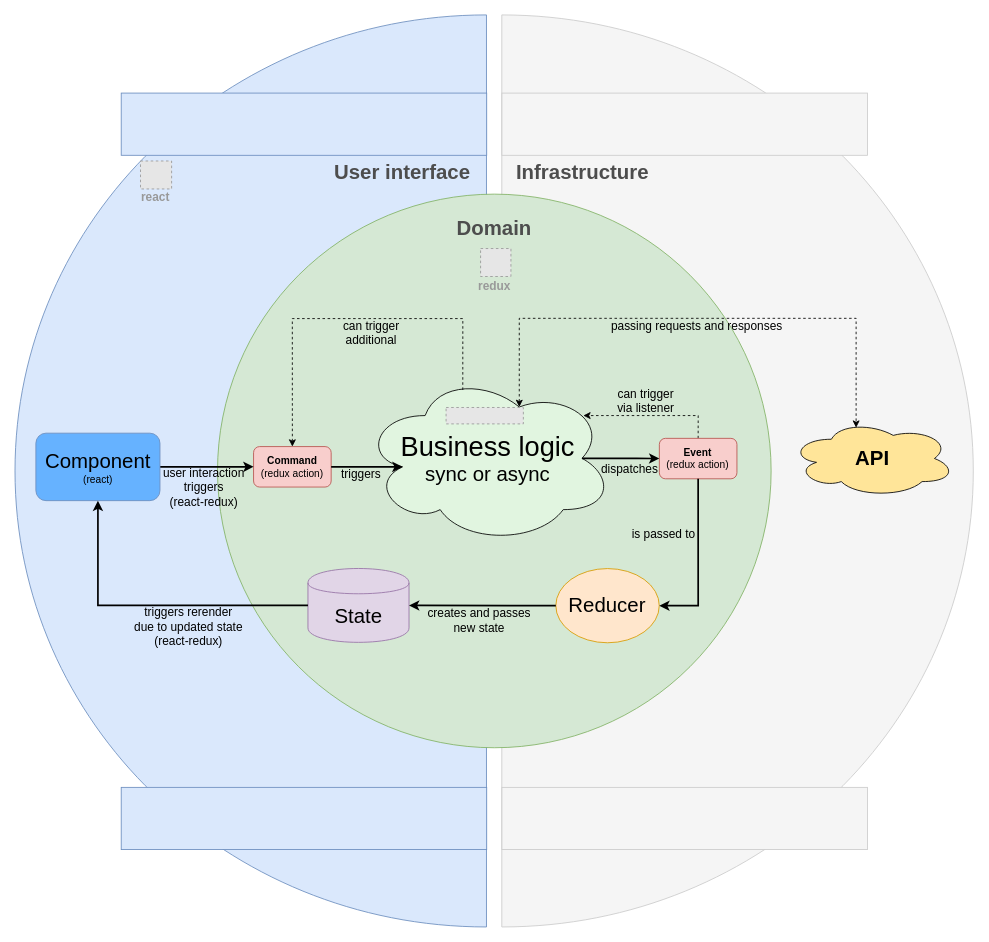
The draw.io diagram docs/readme/architecture.drawio in inkognitro/react-redux-saga-boilerplate, before the edit. Source tidied: cells renumbered, new cells numbered last; positions are measured from the earlier drawing's top-left corner, leaving out a move shared by most shapes. Both pictures are drawn from the tidied source at 85%, with x=0, y=0 at pixel (-206, 93). Pictures stored in the file or linked from it are replaced by grey dashed boxes.
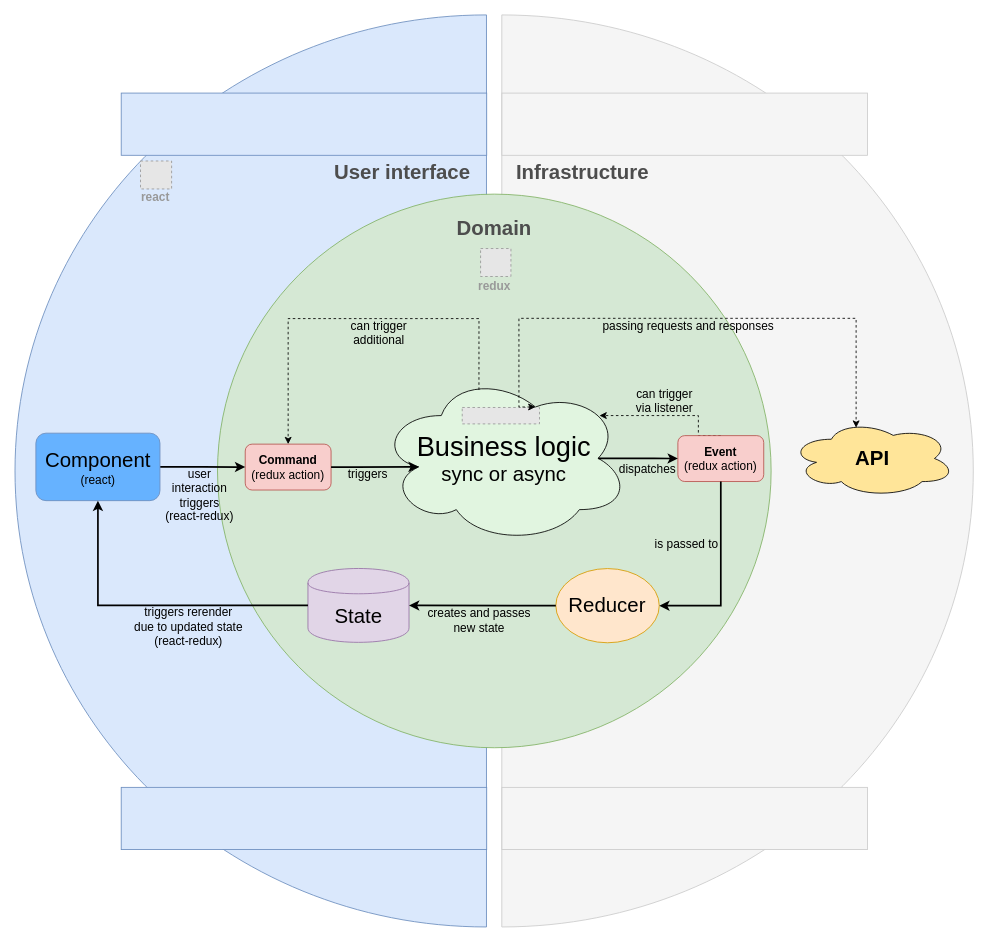
Above is the later version.

The change refers to these unchanged cells:
```xml
<mxCell id="19" style="edgeStyle=orthogonalEdgeStyle;rounded=0;jettySize=auto;html=1;exitX=1;exitY=0.5;exitDx=0;exitDy=0;strokeWidth=2;" parent="1" edge="1" source="21" target="5">
  <mxGeometry relative="1" as="geometry" />
</mxCell>
```

Diff of the diagram source:
```diff
@@
-    <mxCell id="5" value="&lt;b&gt;Command&lt;/b&gt;&lt;br&gt;(redux action)" style="rounded=1;whiteSpace=wrap;html=1;fillColor=#f8cecc;strokeColor=#b85450;" parent="1" vertex="1">
-      <mxGeometry x="539.8" y="415.9" width="91.3" height="47.6" as="geometry" />
+    <mxCell id="5" value="&lt;font style=&quot;font-size: 14px&quot;&gt;&lt;b&gt;Command&lt;/b&gt;&lt;br&gt;(redux action)&lt;/font&gt;" style="rounded=1;whiteSpace=wrap;html=1;fillColor=#f8cecc;strokeColor=#b85450;" parent="1" vertex="1">
+      <mxGeometry x="530" y="413" width="101" height="54" as="geometry" />
     </mxCell>
     <mxCell id="6" style="group;" parent="1" vertex="1">
-      <mxGeometry x="667.8" y="329.1" width="337.6" height="230.3" as="geometry" />
+      <mxGeometry x="686.8" y="329.1" width="337.6" height="230.3" as="geometry" />
     </mxCell>
@@
-    <mxCell id="12" value="&lt;b&gt;Event&lt;/b&gt;&lt;br&gt;(redux action)" style="rounded=1;whiteSpace=wrap;html=1;fillColor=#f8cecc;strokeColor=#b85450;" parent="1" vertex="1">
-      <mxGeometry x="1017.2" y="406.2" width="91.3" height="47.6" as="geometry" />
+    <mxCell id="12" value="&lt;font style=&quot;font-size: 14px&quot;&gt;&lt;b&gt;Event&lt;/b&gt;&lt;br&gt;(redux action)&lt;/font&gt;" style="rounded=1;whiteSpace=wrap;html=1;fillColor=#f8cecc;strokeColor=#b85450;" parent="1" vertex="1">
+      <mxGeometry x="1039" y="403" width="101" height="54" as="geometry" />
     </mxCell>
@@
-    <mxCell id="20" value="&lt;font style=&quot;font-size: 14px&quot;&gt;&lt;span style=&quot;text-align: left&quot;&gt;user interaction&lt;br&gt;triggers&lt;/span&gt;&lt;br style=&quot;text-align: left&quot;&gt;&lt;span style=&quot;text-align: left&quot;&gt;(react-redux)&lt;/span&gt;&lt;/font&gt;" style="text;html=1;align=center;verticalAlign=middle;labelBackgroundColor=none;" parent="19" vertex="1">
+    <mxCell id="20" value="&lt;font style=&quot;font-size: 14px&quot;&gt;&lt;span style=&quot;text-align: left&quot;&gt;user&lt;br&gt;interaction&lt;br&gt;triggers&lt;/span&gt;&lt;br style=&quot;text-align: left&quot;&gt;&lt;span style=&quot;text-align: left&quot;&gt;(react-redux)&lt;/span&gt;&lt;/font&gt;" style="text;html=1;align=center;verticalAlign=middle;labelBackgroundColor=none;" parent="19" vertex="1">
       <mxGeometry y="-9" relative="1" as="geometry">
-        <mxPoint x="-4.5" y="15" as="offset" />
+        <mxPoint x="-4.5" y="23" as="offset" />
       </mxGeometry>
     </mxCell>
-    <mxCell id="21" value="&lt;font&gt;&lt;span style=&quot;font-size: 24px&quot;&gt;Component&lt;br&gt;&lt;/span&gt;(react)&lt;br&gt;&lt;/font&gt;" style="rounded=1;whiteSpace=wrap;html=1;labelBackgroundColor=none;strokeColor=#6c8ebf;fillColor=#66B2FF;" parent="1" vertex="1">
+    <mxCell id="21" value="&lt;font&gt;&lt;span style=&quot;font-size: 24px&quot;&gt;Component&lt;br&gt;&lt;/span&gt;&lt;font style=&quot;font-size: 14px&quot;&gt;(react)&lt;/font&gt;&lt;br&gt;&lt;/font&gt;" style="rounded=1;whiteSpace=wrap;html=1;labelBackgroundColor=none;strokeColor=#6c8ebf;fillColor=#66B2FF;" parent="1" vertex="1">
       <mxGeometry x="283.7" y="400.1" width="146" height="79.4" as="geometry" />
     </mxCell>
```
